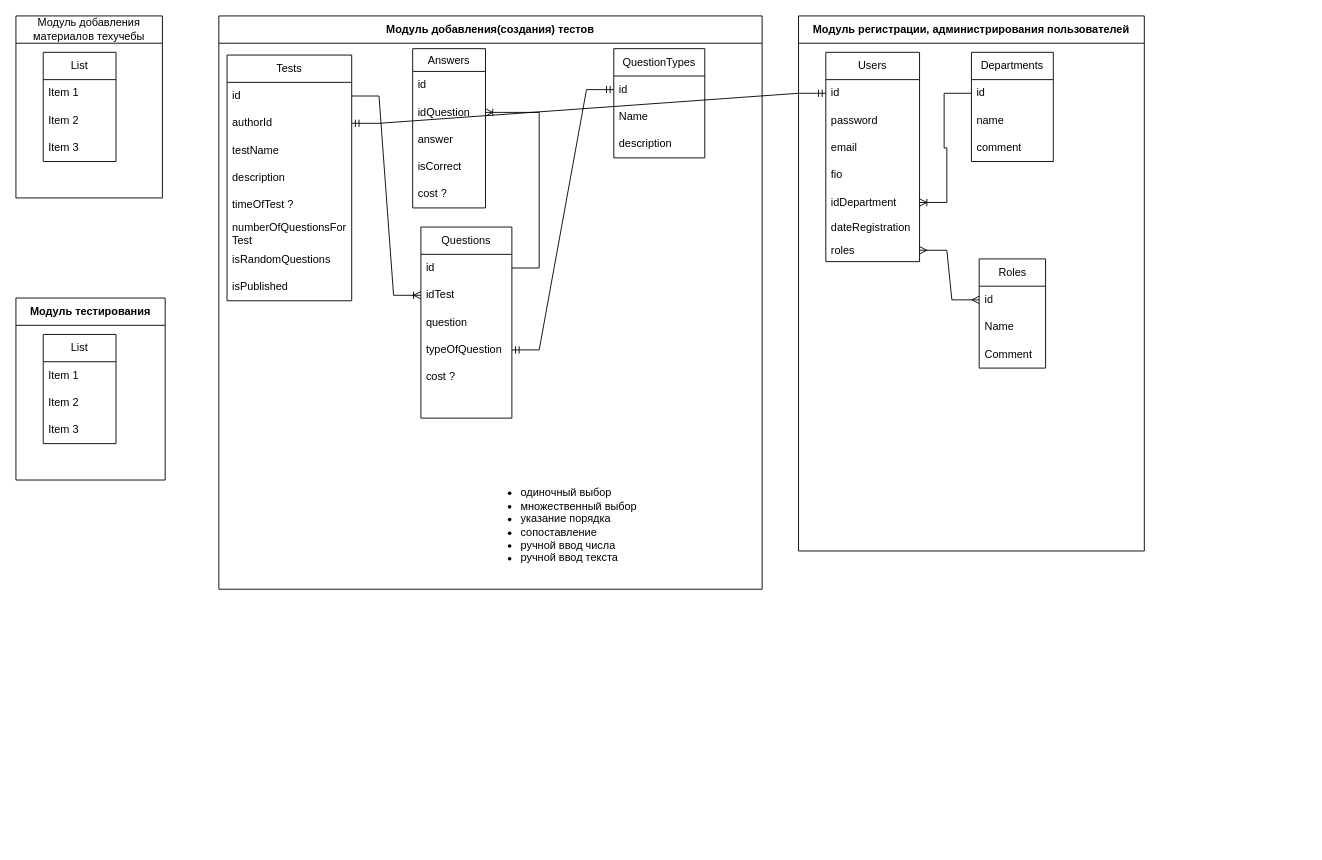
This is техучеба.drawio from djbobah/testing, a draw.io file, before an edit. Source tidied: cells renumbered, new cells numbered last; positions are measured from the earlier drawing's top-left corner, leaving out a move shared by most shapes. Both pictures are drawn from the tidied source at 91%, with x=0, y=0 at pixel (15, 15).
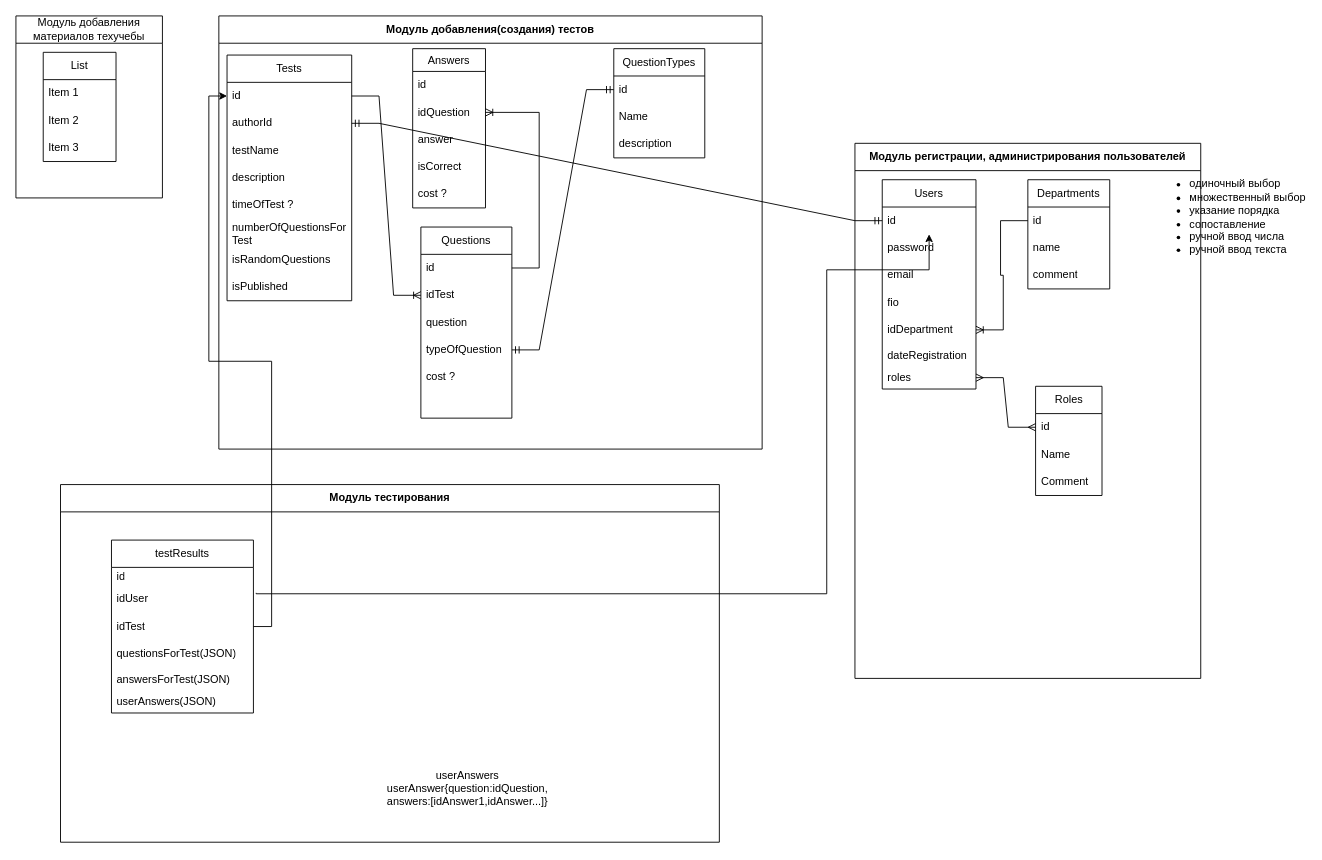
The same diagram, later.

Commit message (it also covers changes not shown here):
add answers slice

The change refers to these unchanged cells:
```xml
<mxCell id="9" value="id" style="text;strokeColor=none;fillColor=none;align=left;verticalAlign=middle;spacingLeft=4;spacingRight=4;overflow=hidden;points=[[0,0.5],[1,0.5]];portConstraint=eastwest;whiteSpace=wrap;html=1;" parent="8" vertex="1">
  <mxGeometry y="30" width="137" height="30" as="geometry" />
</mxCell>
<mxCell id="45" value="id" style="text;strokeColor=none;fillColor=none;align=left;verticalAlign=middle;spacingLeft=4;spacingRight=4;overflow=hidden;points=[[0,0.5],[1,0.5]];portConstraint=eastwest;whiteSpace=wrap;html=1;" parent="44" vertex="1">
  <mxGeometry y="30" width="103" height="30" as="geometry" />
</mxCell>
```

Change to the diagram source:
```diff
@@
     <mxCell id="7" value="Модуль добавления(создания) тестов" style="swimlane;whiteSpace=wrap;html=1;startSize=30;" parent="1" vertex="1">
-      <mxGeometry x="223" width="597" height="630" as="geometry" />
+      <mxGeometry x="223" width="597" height="476" as="geometry" />
     </mxCell>
@@
-    <mxCell id="37" value="&lt;ul&gt;&lt;li&gt;одиночный выбор&lt;/li&gt;&lt;li&gt;множественный выбор&lt;/li&gt;&lt;li&gt;указание порядка&lt;/li&gt;&lt;li&gt;сопоставление&lt;/li&gt;&lt;li&gt;ручной ввод числа&lt;/li&gt;&lt;li&gt;ручной ввод текста&lt;/li&gt;&lt;/ul&gt;" style="text;strokeColor=none;fillColor=none;html=1;whiteSpace=wrap;verticalAlign=middle;overflow=hidden;" parent="7" vertex="1">
-      <mxGeometry x="290" y="500" width="170" height="120" as="geometry" />
-    </mxCell>
     <mxCell id="38" value="Модуль тестирования" style="swimlane;whiteSpace=wrap;html=1;startSize=30;" parent="1" vertex="1">
-      <mxGeometry y="310" width="164" height="200" as="geometry" />
+      <mxGeometry x="49" y="515" width="724" height="393" as="geometry" />
     </mxCell>
-    <mxCell id="39" value="List" style="swimlane;fontStyle=0;horizontal=1;startSize=30;whiteSpace=wrap;html=1;" parent="38" vertex="1">
-      <mxGeometry x="30" y="40" width="80" height="120" as="geometry" />
+    <mxCell id="39" value="testResults" style="swimlane;fontStyle=0;horizontal=1;startSize=30;whiteSpace=wrap;html=1;" parent="38" vertex="1">
+      <mxGeometry x="56" y="61" width="156" height="190" as="geometry" />
     </mxCell>
-    <mxCell id="40" value="Item 1" style="text;strokeColor=none;fillColor=none;align=left;verticalAlign=middle;spacingLeft=4;spacingRight=4;overflow=hidden;whiteSpace=wrap;html=1;" parent="39" vertex="1">
-      <mxGeometry y="30" width="80" height="30" as="geometry" />
+    <mxCell id="40" value="id" style="text;strokeColor=none;fillColor=none;align=left;verticalAlign=middle;spacingLeft=4;spacingRight=4;overflow=hidden;whiteSpace=wrap;html=1;" parent="39" vertex="1">
+      <mxGeometry y="30" width="156" height="20" as="geometry" />
     </mxCell>
-    <mxCell id="41" value="Item 2" style="text;strokeColor=none;fillColor=none;align=left;verticalAlign=middle;spacingLeft=4;spacingRight=4;overflow=hidden;whiteSpace=wrap;html=1;" parent="39" vertex="1">
-      <mxGeometry y="60" width="80" height="30" as="geometry" />
+    <mxCell id="41" value="idUser" style="text;strokeColor=none;fillColor=none;align=left;verticalAlign=middle;spacingLeft=4;spacingRight=4;overflow=hidden;whiteSpace=wrap;html=1;" parent="39" vertex="1">
+      <mxGeometry y="50" width="156" height="30" as="geometry" />
     </mxCell>
-    <mxCell id="42" value="Item 3" style="text;strokeColor=none;fillColor=none;align=left;verticalAlign=middle;spacingLeft=4;spacingRight=4;overflow=hidden;points=[[0,0.5],[1,0.5]];portConstraint=eastwest;whiteSpace=wrap;html=1;" parent="39" vertex="1">
-      <mxGeometry y="90" width="80" height="30" as="geometry" />
+    <mxCell id="42" value="idTest" style="text;strokeColor=none;fillColor=none;align=left;verticalAlign=middle;spacingLeft=4;spacingRight=4;overflow=hidden;points=[[0,0.5],[1,0.5]];portConstraint=eastwest;whiteSpace=wrap;html=1;" parent="39" vertex="1">
+      <mxGeometry y="80" width="156" height="30" as="geometry" />
     </mxCell>
+    <mxCell id="63" value="questionsForTest(JSON)" style="text;strokeColor=none;fillColor=none;align=left;verticalAlign=middle;spacingLeft=4;spacingRight=4;overflow=hidden;whiteSpace=wrap;html=1;" parent="39" vertex="1">
+      <mxGeometry y="110" width="156" height="30" as="geometry" />
+    </mxCell>
+    <mxCell id="64" value="answersForTest(JSON)" style="text;strokeColor=none;fillColor=none;align=left;verticalAlign=middle;spacingLeft=4;spacingRight=4;overflow=hidden;whiteSpace=wrap;html=1;" parent="39" vertex="1">
+      <mxGeometry y="140" width="156" height="25" as="geometry" />
+    </mxCell>
+    <mxCell id="65" value="userAnswers(JSON)" style="text;strokeColor=none;fillColor=none;align=left;verticalAlign=middle;spacingLeft=4;spacingRight=4;overflow=hidden;whiteSpace=wrap;html=1;" parent="39" vertex="1">
+      <mxGeometry y="165" width="156" height="25" as="geometry" />
+    </mxCell>
+    <mxCell id="66" style="edgeStyle=orthogonalEdgeStyle;rounded=0;jettySize=auto;html=1;exitX=1;exitY=0.5;exitDx=0;exitDy=0;" parent="38" edge="1" target="45">
+      <mxGeometry relative="1" as="geometry">
+        <mxPoint x="215" y="119" as="sourcePoint" />
+        <Array as="points">
+          <mxPoint x="215" y="120" />
+          <mxPoint x="842" y="120" />
+          <mxPoint x="842" y="-236" />
+        </Array>
+      </mxGeometry>
+    </mxCell>
+    <mxCell id="67" value="userAnswers&lt;br&gt;userAnswer{question:idQuestion, answers:[idAnswer1,idAnswer...]}" style="text;html=1;strokeColor=none;fillColor=none;align=center;verticalAlign=middle;whiteSpace=wrap;rounded=0;" parent="38" vertex="1">
+      <mxGeometry x="334" y="272" width="227" height="123" as="geometry" />
+    </mxCell>
     <mxCell id="43" value="Модуль регистрации, администрирования пользователей" style="swimlane;whiteSpace=wrap;html=1;startSize=30;" parent="1" vertex="1">
-      <mxGeometry x="860" width="380" height="588" as="geometry" />
+      <mxGeometry x="922" y="140" width="380" height="588" as="geometry" />
     </mxCell>
@@
+    <mxCell id="37" value="&lt;ul&gt;&lt;li&gt;одиночный выбор&lt;/li&gt;&lt;li&gt;множественный выбор&lt;/li&gt;&lt;li&gt;указание порядка&lt;/li&gt;&lt;li&gt;сопоставление&lt;/li&gt;&lt;li&gt;ручной ввод числа&lt;/li&gt;&lt;li&gt;ручной ввод текста&lt;/li&gt;&lt;/ul&gt;" style="text;strokeColor=none;fillColor=none;html=1;whiteSpace=wrap;verticalAlign=middle;overflow=hidden;" parent="1" vertex="1">
+      <mxGeometry x="1248" y="161" width="170" height="120" as="geometry" />
+    </mxCell>
+    <mxCell id="68" style="edgeStyle=orthogonalEdgeStyle;rounded=0;jettySize=auto;html=1;exitX=1;exitY=0.5;exitDx=0;exitDy=0;entryX=0;entryY=0.5;entryDx=0;entryDy=0;" parent="1" edge="1" source="42" target="9">
+      <mxGeometry relative="1" as="geometry" />
+    </mxCell>
```
